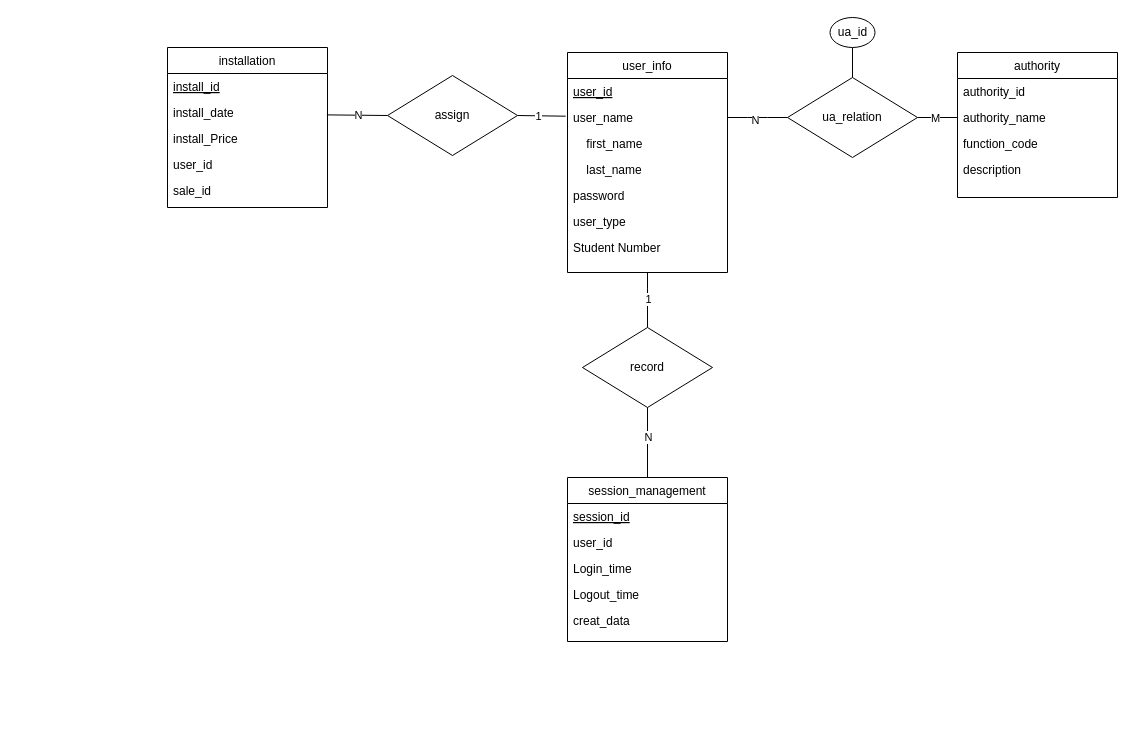
Before: Untitled Diagram.drawio in zjlqwe2/study, a draw.io diagram. Source tidied: cells renumbered, new cells numbered last; positions are measured from the earlier drawing's top-left corner, leaving out a move shared by most shapes. Both pictures are drawn from the tidied source at 100%, with x=0, y=0 at pixel (167, 17).
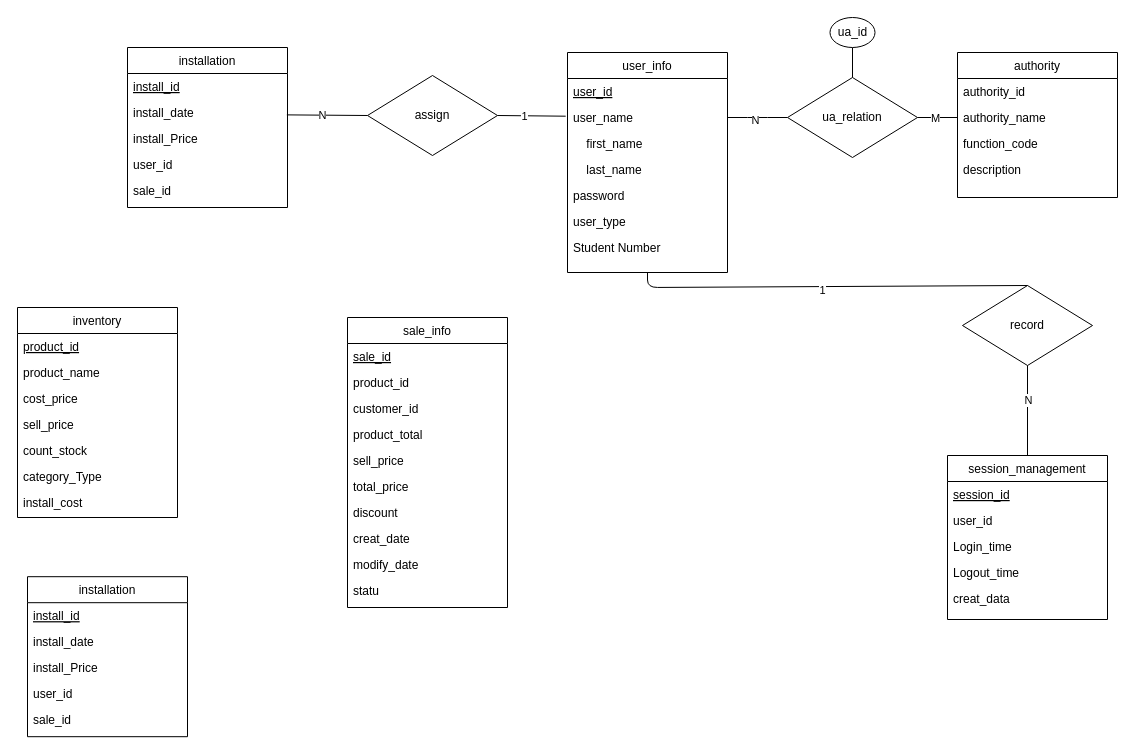
After the change.

Diff of the diagram source:
```diff
@@
     <mxCell id="10" value="session_management" style="swimlane;fontStyle=0;align=center;verticalAlign=top;horizontal=1;startSize=26;rounded=0;shadow=0;strokeWidth=1;" parent="1" vertex="1">
-      <mxGeometry x="400" y="460" width="160" height="164" as="geometry" />
+      <mxGeometry x="780" y="438" width="160" height="164" as="geometry" />
     </mxCell>
@@
     <mxCell id="28" value="record" style="rhombus;whiteSpace=wrap;html=1;" parent="1" vertex="1">
-      <mxGeometry x="415" y="310" width="130" height="80" as="geometry" />
+      <mxGeometry x="795" y="268" width="130" height="80" as="geometry" />
     </mxCell>
@@
     <mxCell id="33" value="installation" style="swimlane;fontStyle=0;align=center;verticalAlign=top;horizontal=1;startSize=26;rounded=0;shadow=0;strokeWidth=1;" parent="1" vertex="1">
-      <mxGeometry y="30" width="160" height="160" as="geometry" />
+      <mxGeometry x="-40" y="30" width="160" height="160" as="geometry" />
     </mxCell>
@@
     <mxCell id="39" value="assign" style="rhombus;whiteSpace=wrap;html=1;" parent="1" vertex="1">
-      <mxGeometry x="220" y="58" width="130" height="80" as="geometry" />
+      <mxGeometry x="200" y="58" width="130" height="80" as="geometry" />
     </mxCell>
@@
+    <mxCell id="44" value="sale_info" style="swimlane;fontStyle=0;align=center;verticalAlign=top;horizontal=1;startSize=26;rounded=0;shadow=0;strokeWidth=1;" parent="1" vertex="1">
+      <mxGeometry x="180" y="300" width="160" height="290" as="geometry" />
+    </mxCell>
+    <mxCell id="45" value="sale_id" style="text;align=left;verticalAlign=top;spacingLeft=4;spacingRight=4;overflow=hidden;fontStyle=4;" parent="44" vertex="1">
+      <mxGeometry y="26" width="160" height="26" as="geometry" />
+    </mxCell>
+    <mxCell id="46" value="product_id" style="text;align=left;verticalAlign=top;spacingLeft=4;spacingRight=4;overflow=hidden;rounded=0;shadow=0;html=0;" parent="44" vertex="1">
+      <mxGeometry y="52" width="160" height="26" as="geometry" />
+    </mxCell>
+    <mxCell id="47" value="customer_id" style="text;align=left;verticalAlign=top;spacingLeft=4;spacingRight=4;overflow=hidden;rounded=0;shadow=0;html=0;" parent="44" vertex="1">
+      <mxGeometry y="78" width="160" height="26" as="geometry" />
+    </mxCell>
+    <mxCell id="48" value="product_total" style="text;align=left;verticalAlign=top;spacingLeft=4;spacingRight=4;overflow=hidden;rounded=0;shadow=0;html=0;" parent="44" vertex="1">
+      <mxGeometry y="104" width="160" height="26" as="geometry" />
+    </mxCell>
+    <mxCell id="49" value="sell_price" style="text;align=left;verticalAlign=top;spacingLeft=4;spacingRight=4;overflow=hidden;" parent="44" vertex="1">
+      <mxGeometry y="130" width="160" height="26" as="geometry" />
+    </mxCell>
+    <mxCell id="50" value="total_price" style="text;align=left;verticalAlign=top;spacingLeft=4;spacingRight=4;overflow=hidden;" parent="44" vertex="1">
+      <mxGeometry y="156" width="160" height="26" as="geometry" />
+    </mxCell>
+    <mxCell id="51" value="discount" style="text;align=left;verticalAlign=top;spacingLeft=4;spacingRight=4;overflow=hidden;rounded=0;shadow=0;html=0;" parent="44" vertex="1">
+      <mxGeometry y="182" width="160" height="26" as="geometry" />
+    </mxCell>
+    <mxCell id="52" value="creat_date" style="text;align=left;verticalAlign=top;spacingLeft=4;spacingRight=4;overflow=hidden;rounded=0;shadow=0;html=0;" parent="44" vertex="1">
+      <mxGeometry y="208" width="160" height="26" as="geometry" />
+    </mxCell>
+    <mxCell id="53" value="modify_date" style="text;align=left;verticalAlign=top;spacingLeft=4;spacingRight=4;overflow=hidden;rounded=0;shadow=0;html=0;" parent="44" vertex="1">
+      <mxGeometry y="234" width="160" height="26" as="geometry" />
+    </mxCell>
+    <mxCell id="54" value="statu" style="text;align=left;verticalAlign=top;spacingLeft=4;spacingRight=4;overflow=hidden;rounded=0;shadow=0;html=0;" parent="44" vertex="1">
+      <mxGeometry y="260" width="160" height="26" as="geometry" />
+    </mxCell>
+    <mxCell id="55" value="inventory" style="swimlane;fontStyle=0;align=center;verticalAlign=top;horizontal=1;startSize=26;rounded=0;shadow=0;strokeWidth=1;" parent="1" vertex="1">
+      <mxGeometry x="-150" y="290" width="160" height="210" as="geometry" />
+    </mxCell>
+    <mxCell id="56" value="product_id" style="text;align=left;verticalAlign=top;spacingLeft=4;spacingRight=4;overflow=hidden;fontStyle=4;" parent="55" vertex="1">
+      <mxGeometry y="26" width="160" height="26" as="geometry" />
+    </mxCell>
+    <mxCell id="57" value="product_name" style="text;align=left;verticalAlign=top;spacingLeft=4;spacingRight=4;overflow=hidden;rounded=0;shadow=0;html=0;" parent="55" vertex="1">
+      <mxGeometry y="52" width="160" height="26" as="geometry" />
+    </mxCell>
+    <mxCell id="58" value="cost_price" style="text;align=left;verticalAlign=top;spacingLeft=4;spacingRight=4;overflow=hidden;rounded=0;shadow=0;html=0;" parent="55" vertex="1">
+      <mxGeometry y="78" width="160" height="26" as="geometry" />
+    </mxCell>
+    <mxCell id="59" value="sell_price" style="text;align=left;verticalAlign=top;spacingLeft=4;spacingRight=4;overflow=hidden;rounded=0;shadow=0;html=0;" parent="55" vertex="1">
+      <mxGeometry y="104" width="160" height="26" as="geometry" />
+    </mxCell>
+    <mxCell id="60" value="count_stock" style="text;align=left;verticalAlign=top;spacingLeft=4;spacingRight=4;overflow=hidden;" parent="55" vertex="1">
+      <mxGeometry y="130" width="160" height="26" as="geometry" />
+    </mxCell>
+    <mxCell id="61" value="category_Type" style="text;align=left;verticalAlign=top;spacingLeft=4;spacingRight=4;overflow=hidden;" parent="55" vertex="1">
+      <mxGeometry y="156" width="160" height="26" as="geometry" />
+    </mxCell>
+    <mxCell id="62" value="install_cost" style="text;align=left;verticalAlign=top;spacingLeft=4;spacingRight=4;overflow=hidden;rounded=0;shadow=0;html=0;" parent="55" vertex="1">
+      <mxGeometry y="182" width="160" height="26" as="geometry" />
+    </mxCell>
+    <mxCell id="63" value="installation" style="swimlane;fontStyle=0;align=center;verticalAlign=top;horizontal=1;startSize=26;rounded=0;shadow=0;strokeWidth=1;" parent="1" vertex="1">
+      <mxGeometry x="-140" y="559.2" width="160" height="160" as="geometry" />
+    </mxCell>
+    <mxCell id="64" value="install_id" style="text;align=left;verticalAlign=top;spacingLeft=4;spacingRight=4;overflow=hidden;fontStyle=4;" parent="63" vertex="1">
+      <mxGeometry y="26" width="160" height="26" as="geometry" />
+    </mxCell>
+    <mxCell id="65" value="install_date" style="text;align=left;verticalAlign=top;spacingLeft=4;spacingRight=4;overflow=hidden;rounded=0;shadow=0;html=0;" parent="63" vertex="1">
+      <mxGeometry y="52" width="160" height="26" as="geometry" />
+    </mxCell>
+    <mxCell id="66" value="install_Price" style="text;align=left;verticalAlign=top;spacingLeft=4;spacingRight=4;overflow=hidden;rounded=0;shadow=0;html=0;" parent="63" vertex="1">
+      <mxGeometry y="78" width="160" height="26" as="geometry" />
+    </mxCell>
+    <mxCell id="67" value="user_id" style="text;align=left;verticalAlign=top;spacingLeft=4;spacingRight=4;overflow=hidden;rounded=0;shadow=0;html=0;" parent="63" vertex="1">
+      <mxGeometry y="104" width="160" height="26" as="geometry" />
+    </mxCell>
+    <mxCell id="68" value="sale_id" style="text;align=left;verticalAlign=top;spacingLeft=4;spacingRight=4;overflow=hidden;" parent="63" vertex="1">
+      <mxGeometry y="130" width="160" height="26" as="geometry" />
+    </mxCell>
```
